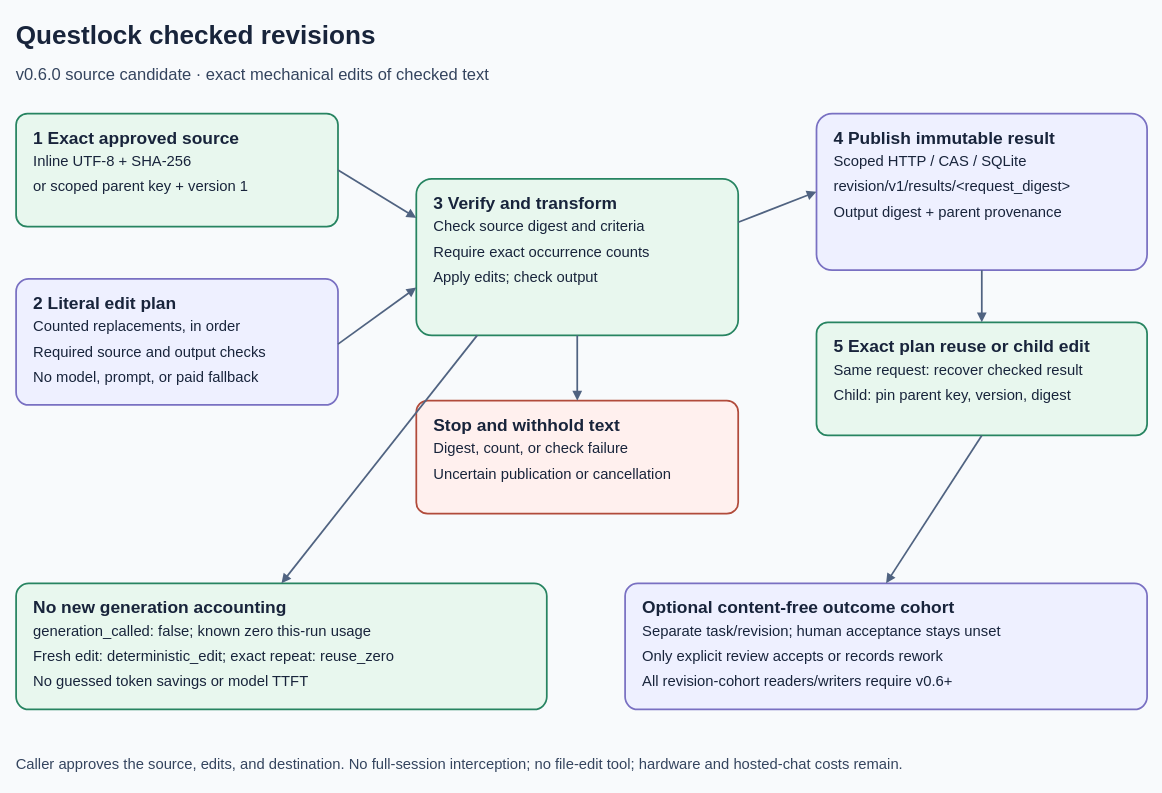
Above: docs/diagrams/checked-revisions.drawio in spfuzzylink/questlock (draw.io), before the change. Source tidied: cells renumbered, new cells numbered last; positions are measured from the earlier drawing's top-left corner, leaving out a move shared by most shapes. Both pictures are drawn from the tidied source at 87%, with x=0, y=0 at pixel (16, 15).
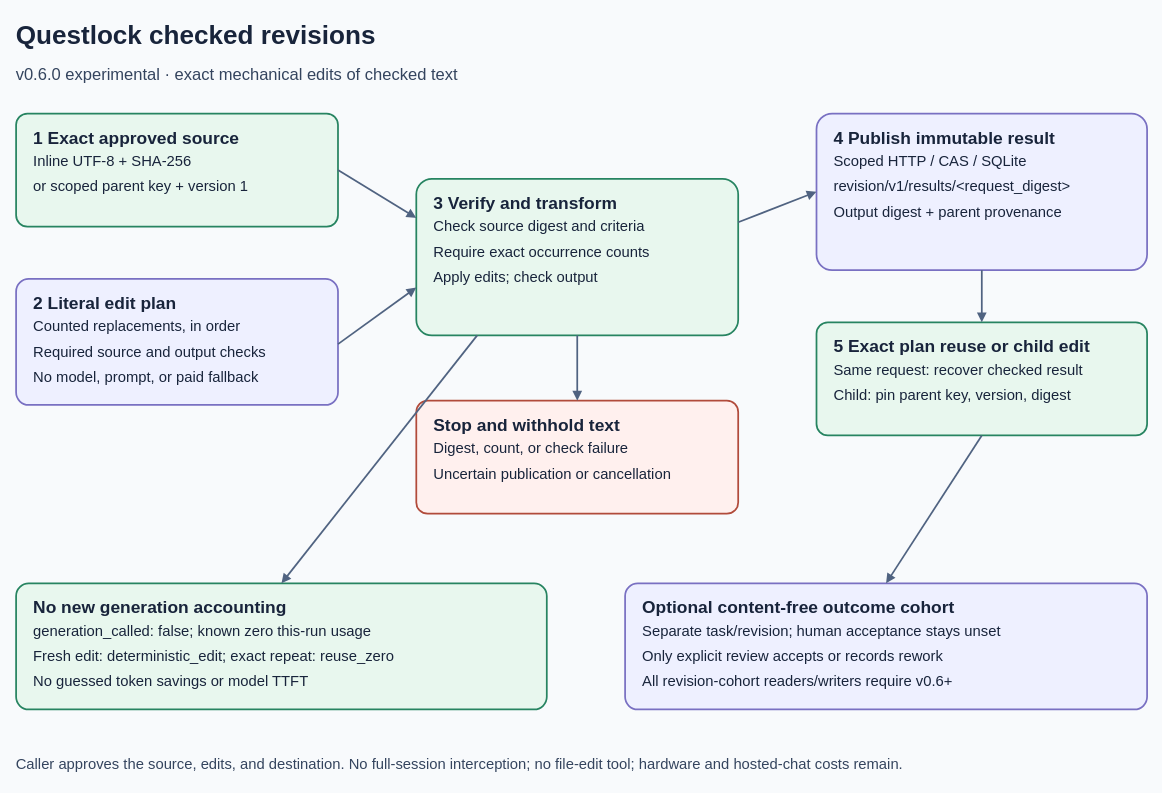
The same diagram, later.

The edit, as a diff of the source:
```diff
@@
-    <mxCell id="40" value="v0.6.0 source candidate · exact mechanical edits of checked text" style="text;html=0;whiteSpace=wrap;align=left;verticalAlign=top;spacing=0;fillColor=none;strokeColor=none;fontFamily=Arial;fontSize=19;fontStyle=0;fontColor=#34445e;" parent="1" vertex="1">
+    <mxCell id="40" value="v0.6.0 experimental · exact mechanical edits of checked text" style="text;html=0;whiteSpace=wrap;align=left;verticalAlign=top;spacing=0;fillColor=none;strokeColor=none;fontFamily=Arial;fontSize=19;fontStyle=0;fontColor=#34445e;" parent="1" vertex="1">
       <mxGeometry y="53" width="1300" height="28" as="geometry" />
     </mxCell>
```
